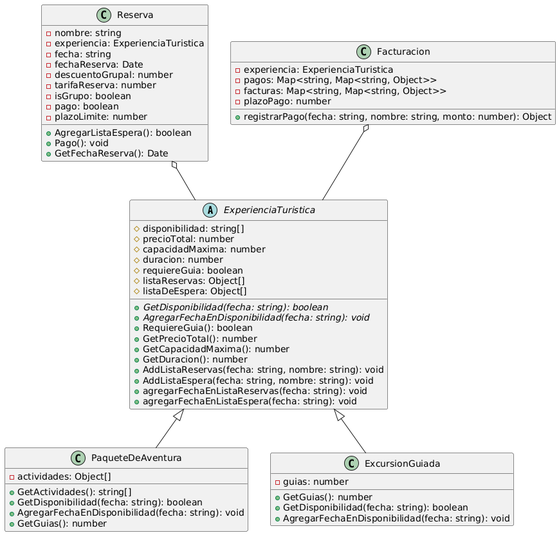
rromero96/tecnicas-y-herramientas-2025-MIS-TP1 keeps this PlantUML diagram as classDiagram.png. Above is the earlier version.
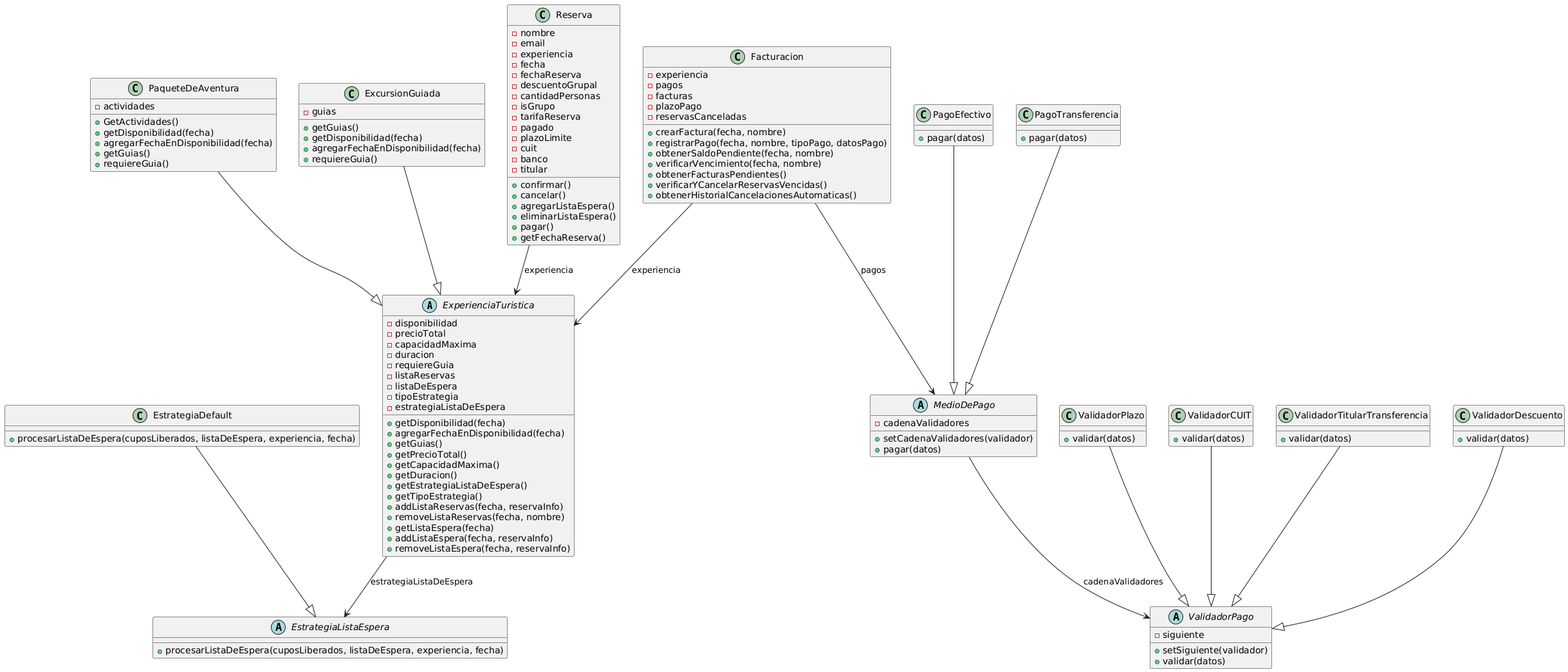
After the commit.

Commit message:
Se actualiza diagrama de clases

What changed in the source:
```diff
@@ -1,64 +1,132 @@
 @startuml
 abstract class ExperienciaTuristica {
-    # disponibilidad: string[]
-    # precioTotal: number
-    # capacidadMaxima: number
-    # duracion: number
-    # requiereGuia: boolean
-    # listaReservas: Object[]
-    # listaDeEspera: Object[]
-    + {abstract} GetDisponibilidad(fecha: string): boolean
-    + {abstract} AgregarFechaEnDisponibilidad(fecha: string): void
-    + RequiereGuia(): boolean
-    + GetPrecioTotal(): number
-    + GetCapacidadMaxima(): number
-    + GetDuracion(): number
-    + AddListaReservas(fecha: string, nombre: string): void
-    + AddListaEspera(fecha: string, nombre: string): void
-    + agregarFechaEnListaReservas(fecha: string): void
-    + agregarFechaEnListaEspera(fecha: string): void
+    - disponibilidad
+    - precioTotal
+    - capacidadMaxima
+    - duracion
+    - requiereGuia
+    - listaReservas
+    - listaDeEspera
+    - tipoEstrategia
+    - estrategiaListaDeEspera
+    + getDisponibilidad(fecha)
+    + agregarFechaEnDisponibilidad(fecha)
+    + getGuias()
+    + getPrecioTotal()
+    + getCapacidadMaxima()
+    + getDuracion()
+    + getEstrategiaListaDeEspera()
+    + getTipoEstrategia()
+    + addListaReservas(fecha, reservaInfo)
+    + removeListaReservas(fecha, nombre)
+    + getListaEspera(fecha)
+    + addListaEspera(fecha, reservaInfo)
+    + removeListaEspera(fecha, reservaInfo)
 }
 
 class PaqueteDeAventura {
-    - actividades: Object[]
-    + GetActividades(): string[]
-    + GetDisponibilidad(fecha: string): boolean
-    + AgregarFechaEnDisponibilidad(fecha: string): void
-    + GetGuias(): number
+    - actividades
+    + GetActividades()
+    + getDisponibilidad(fecha)
+    + agregarFechaEnDisponibilidad(fecha)
+    + getGuias()
+    + requiereGuia()
 }
+PaqueteDeAventura --|> ExperienciaTuristica
 
 class ExcursionGuiada {
-    - guias: number
-    + GetGuias(): number
-    + GetDisponibilidad(fecha: string): boolean
-    + AgregarFechaEnDisponibilidad(fecha: string): void
+    - guias
+    + getGuias()
+    + getDisponibilidad(fecha)
+    + agregarFechaEnDisponibilidad(fecha)
+    + requiereGuia()
 }
+ExcursionGuiada --|> ExperienciaTuristica
 
 class Reserva {
-    - nombre: string
-    - experiencia: ExperienciaTuristica
-    - fecha: string
-    - fechaReserva: Date
-    - descuentoGrupal: number
-    - tarifaReserva: number
-    - isGrupo: boolean
-    - pago: boolean
-    - plazoLimite: number
-    + AgregarListaEspera(): boolean
-    + Pago(): void
-    + GetFechaReserva(): Date
+    - nombre
+    - email
+    - experiencia
+    - fecha
+    - fechaReserva
+    - descuentoGrupal
+    - cantidadPersonas
+    - isGrupo
+    - tarifaReserva
+    - pagado
+    - plazoLimite
+    - cuit
+    - banco
+    - titular
+    + confirmar()
+    + cancelar()
+    + agregarListaEspera()
+    + eliminarListaEspera()
+    + pagar()
+    + getFechaReserva()
 }
+Reserva --> ExperienciaTuristica : experiencia
 
 class Facturacion {
-    - experiencia: ExperienciaTuristica
-    - pagos: Map<string, Map<string, Object>>
-    - facturas: Map<string, Map<string, Object>>
-    - plazoPago: number
-    + registrarPago(fecha: string, nombre: string, monto: number): Object
+    - experiencia
+    - pagos
+    - facturas
+    - plazoPago
+    - reservasCanceladas
+    + crearFactura(fecha, nombre)
+    + registrarPago(fecha, nombre, tipoPago, datosPago)
+    + obtenerSaldoPendiente(fecha, nombre)
+    + verificarVencimiento(fecha, nombre)
+    + obtenerFacturasPendientes()
+    + verificarYCancelarReservasVencidas()
+    + obtenerHistorialCancelacionesAutomaticas()
 }
+Facturacion --> ExperienciaTuristica : experiencia
+Facturacion --> MedioDePago : pagos
 
-ExperienciaTuristica <|-- PaqueteDeAventura
-ExperienciaTuristica <|-- ExcursionGuiada
-Reserva o-- ExperienciaTuristica
-Facturacion o-- ExperienciaTuristica
+abstract class EstrategiaListaEspera {
+    + procesarListaDeEspera(cuposLiberados, listaDeEspera, experiencia, fecha)
+}
+class EstrategiaDefault {
+    + procesarListaDeEspera(cuposLiberados, listaDeEspera, experiencia, fecha)
+}
+EstrategiaDefault --|> EstrategiaListaEspera
+ExperienciaTuristica --> EstrategiaListaEspera : estrategiaListaDeEspera
+
+abstract class MedioDePago {
+    - cadenaValidadores
+    + setCadenaValidadores(validador)
+    + pagar(datos)
+}
+class PagoEfectivo {
+    + pagar(datos)
+}
+class PagoTransferencia {
+    + pagar(datos)
+}
+PagoEfectivo --|> MedioDePago
+PagoTransferencia --|> MedioDePago
+MedioDePago --> ValidadorPago : cadenaValidadores
+
+abstract class ValidadorPago {
+    - siguiente
+    + setSiguiente(validador)
+    + validar(datos)
+}
+class ValidadorPlazo {
+    + validar(datos)
+}
+class ValidadorCUIT {
+    + validar(datos)
+}
+class ValidadorTitularTransferencia {
+    + validar(datos)
+}
+class ValidadorDescuento {
+    + validar(datos)
+}
+ValidadorPlazo --|> ValidadorPago
+ValidadorCUIT --|> ValidadorPago
+ValidadorTitularTransferencia --|> ValidadorPago
+ValidadorDescuento --|> ValidadorPago
 @enduml
```
